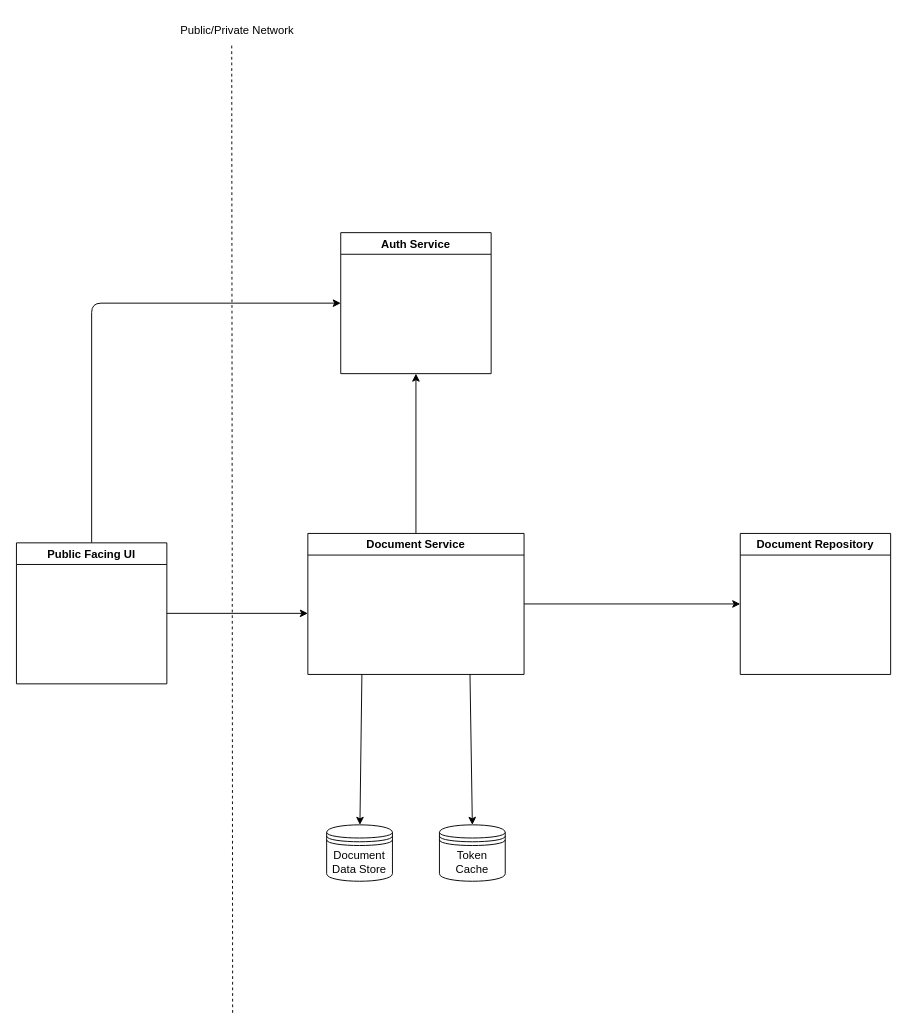
tselisomolukanele/file-delivery keeps this draw.io diagram as design.drawio. Above is the earlier version. Source tidied: cells renumbered, new cells numbered last; positions are measured from the earlier drawing's top-left corner, leaving out a move shared by most shapes. Both pictures are drawn from the tidied source at 94%, with x=0, y=0 at pixel (16, 16).
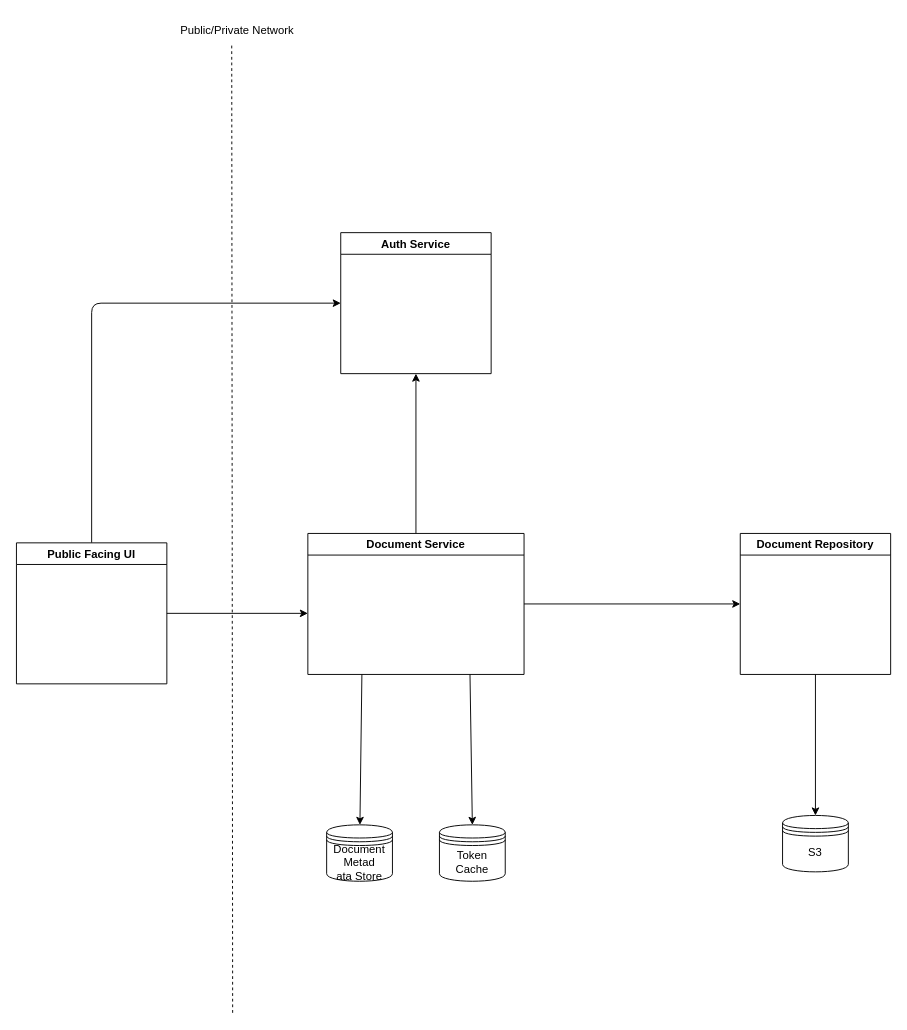
Above is the later version.

Unchanged cells that the change refers to:
```xml
<mxCell id="11" value="Document Repository" style="swimlane;" parent="1" vertex="1">
  <mxGeometry x="770" y="550" width="160" height="150" as="geometry" />
</mxCell>
```

Diff of the diagram source:
```diff
@@
+    <mxCell id="16" style="edgeStyle=none;html=1;exitX=0.5;exitY=1;exitDx=0;exitDy=0;entryX=0.5;entryY=0;entryDx=0;entryDy=0;" parent="1" edge="1" source="11" target="17">
+      <mxGeometry relative="1" as="geometry" />
+    </mxCell>
@@
-    <mxCell id="12" value="Document Data Store" style="shape=datastore;whiteSpace=wrap;html=1;" parent="1" vertex="1">
+    <mxCell id="12" value="Document Metad&lt;div&gt;ata Store&lt;/div&gt;" style="shape=datastore;whiteSpace=wrap;html=1;" parent="1" vertex="1">
       <mxGeometry x="330" y="860" width="70" height="60" as="geometry" />
     </mxCell>
@@
+    <mxCell id="17" value="S3" style="shape=datastore;whiteSpace=wrap;html=1;" parent="1" vertex="1">
+      <mxGeometry x="815" y="850" width="70" height="60" as="geometry" />
+    </mxCell>
```
